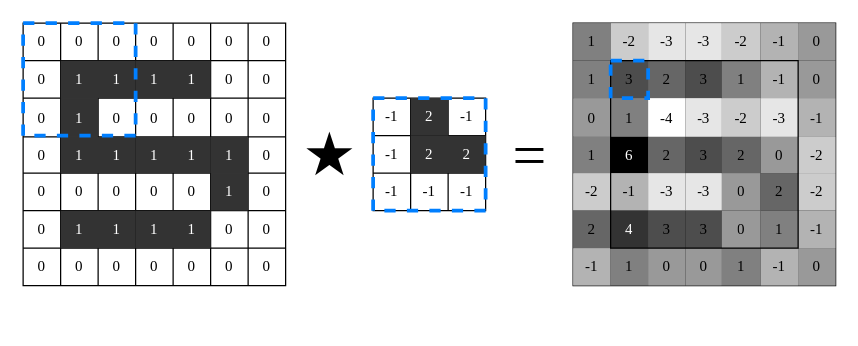
dragoon8192/LaundryTag keeps this draw.io diagram as page "comvolition-matrix" (8 of 8) of img/layers.drawio. Above is the earlier version. Source tidied: cells renumbered, new cells numbered last; positions are measured from the earlier drawing's top-left corner, leaving out a move shared by most shapes. Both pictures are drawn from the tidied source at 125%, with x=0, y=0 at pixel (22, 22).
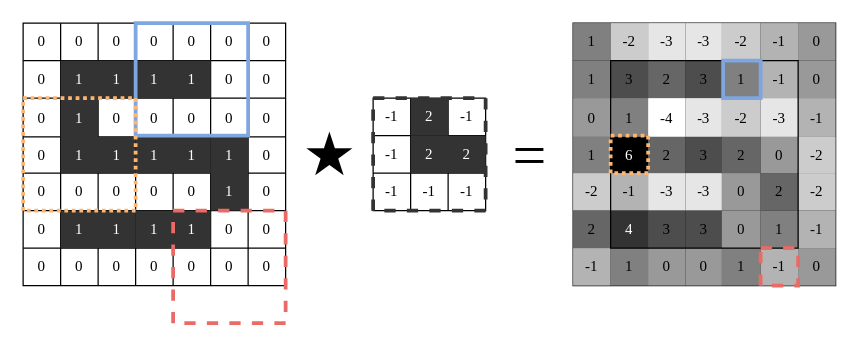
After the change.

Commit message:
layers.drawio を更新します

Change to the diagram source:
```diff
@@
-    <mxCell id="132" style="whiteSpace=wrap;html=1;labelBackgroundColor=none;fillStyle=hatch;strokeWidth=3;fontFamily=Times New Roman;fontSize=12;fillColor=none;strokeColor=#007FFF;dashed=1;fontColor=#ffffff;" parent="1" vertex="1">
-      <mxGeometry width="90" height="90" as="geometry" />
+    <mxCell id="132" style="whiteSpace=wrap;html=1;labelBackgroundColor=none;fillStyle=hatch;strokeWidth=3;fontFamily=Times New Roman;fontSize=12;fillColor=none;strokeColor=#7EA6E0;fontColor=#ffffff;" parent="1" vertex="1">
+      <mxGeometry x="90" width="90" height="90" as="geometry" />
     </mxCell>
-    <mxCell id="133" style="whiteSpace=wrap;html=1;labelBackgroundColor=none;fillStyle=hatch;strokeWidth=3;fontFamily=Times New Roman;fontSize=12;fontColor=default;fillColor=none;gradientColor=none;strokeColor=#007FFF;dashed=1;" parent="1" vertex="1">
+    <mxCell id="133" style="whiteSpace=wrap;html=1;labelBackgroundColor=none;fillStyle=hatch;strokeWidth=3;fontFamily=Times New Roman;fontSize=12;fontColor=default;fillColor=none;gradientColor=none;strokeColor=#333333;dashed=1;" parent="1" vertex="1">
       <mxGeometry x="280" y="60" width="90" height="90" as="geometry" />
     </mxCell>
-    <mxCell id="134" style="whiteSpace=wrap;html=1;labelBackgroundColor=none;fillStyle=hatch;strokeWidth=3;fontFamily=Times New Roman;fontSize=12;fontColor=default;fillColor=none;gradientColor=none;strokeColor=#007FFF;dashed=1;" parent="1" vertex="1">
-      <mxGeometry x="470" y="30" width="30" height="30" as="geometry" />
+    <mxCell id="134" style="whiteSpace=wrap;html=1;labelBackgroundColor=none;fillStyle=hatch;strokeWidth=3;fontFamily=Times New Roman;fontSize=12;fontColor=default;fillColor=none;gradientColor=none;strokeColor=#7EA6E0;" parent="1" vertex="1">
+      <mxGeometry x="560" y="30" width="30" height="30" as="geometry" />
     </mxCell>
+    <mxCell id="135" style="whiteSpace=wrap;html=1;labelBackgroundColor=none;fillStyle=hatch;strokeWidth=3;fontFamily=Times New Roman;fontSize=12;fillColor=none;strokeColor=#EA6B66;dashed=1;fontColor=#ffffff;" parent="1" vertex="1">
+      <mxGeometry x="120" y="150" width="90" height="90" as="geometry" />
+    </mxCell>
+    <mxCell id="136" style="whiteSpace=wrap;html=1;labelBackgroundColor=none;fillStyle=hatch;strokeWidth=3;fontFamily=Times New Roman;fontSize=12;fillColor=none;strokeColor=#EA6B66;dashed=1;fontColor=#ffffff;" parent="1" vertex="1">
+      <mxGeometry x="590" y="180" width="30" height="30" as="geometry" />
+    </mxCell>
+    <mxCell id="137" style="whiteSpace=wrap;html=1;labelBackgroundColor=none;fillStyle=hatch;strokeWidth=3;fontFamily=Times New Roman;fontSize=12;fillColor=none;strokeColor=#FFB570;dashed=1;fontColor=#ffffff;dashPattern=1 1;" parent="1" vertex="1">
+      <mxGeometry y="60" width="90" height="90" as="geometry" />
+    </mxCell>
+    <mxCell id="138" style="whiteSpace=wrap;html=1;labelBackgroundColor=none;fillStyle=hatch;strokeWidth=3;fontFamily=Times New Roman;fontSize=12;fillColor=none;strokeColor=#FFB570;dashed=1;fontColor=#ffffff;dashPattern=1 1;" parent="1" vertex="1">
+      <mxGeometry x="470" y="90" width="30" height="30" as="geometry" />
+    </mxCell>
```
